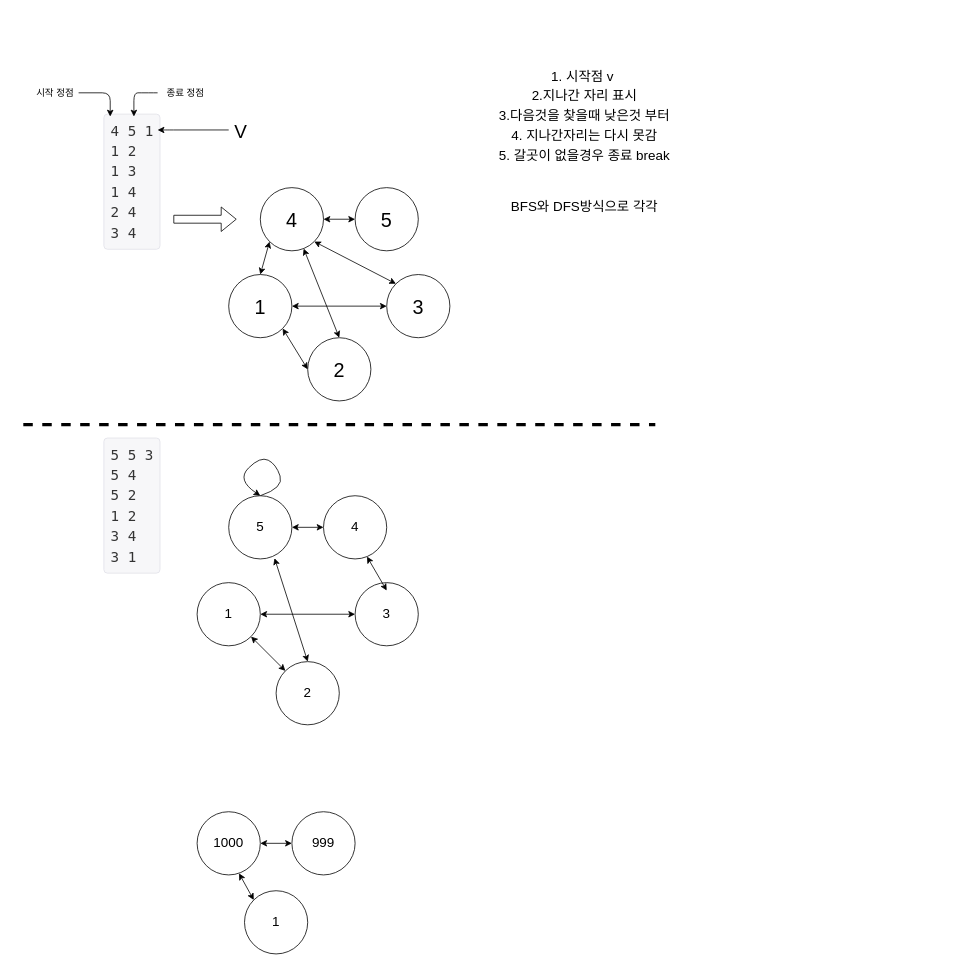
ptkeb/Java-practice keeps this draw.io diagram as Untitled Diagram.drawio. Above is the earlier version. Source tidied: cells renumbered, new cells numbered last; positions are measured from the earlier drawing's top-left corner, leaving out a move shared by most shapes. Both pictures are drawn from the tidied source at 79%, with x=0, y=0 at pixel (23, 65).
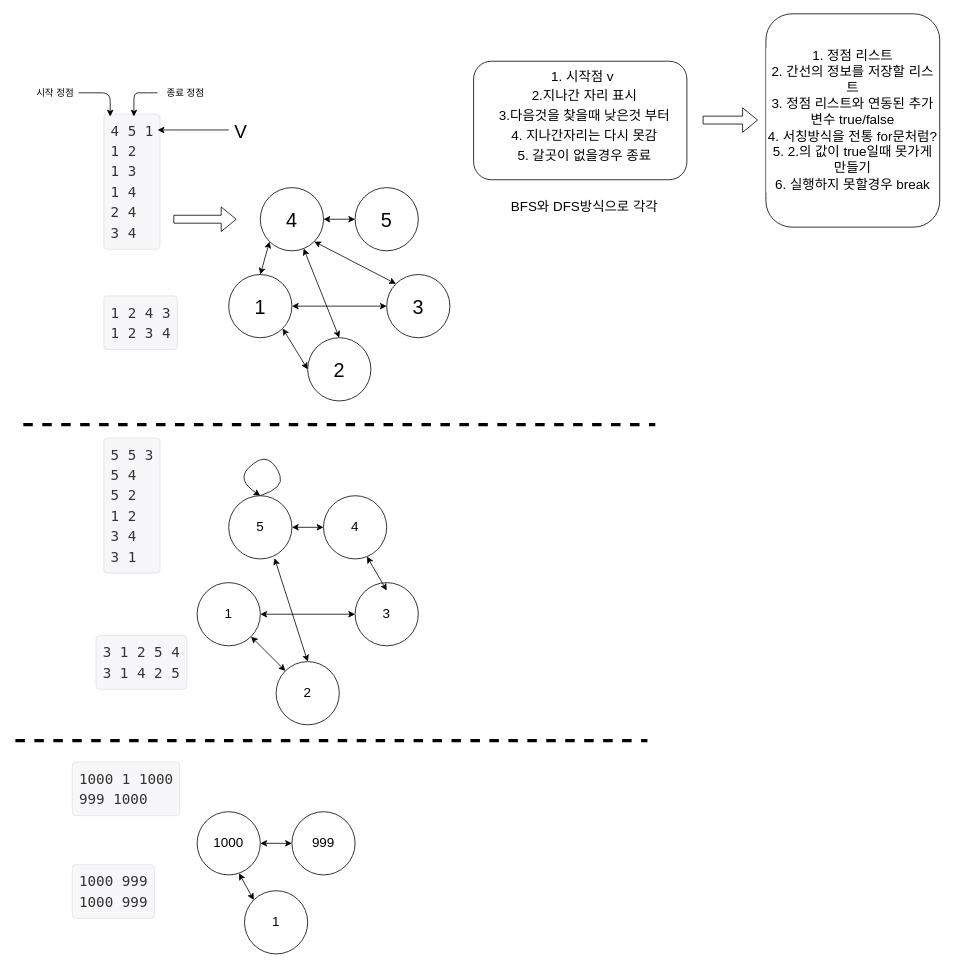
Above is the later version.

The edit, as a diff of the source:
```diff
@@
+    <mxCell id="46" style="rounded=1;whiteSpace=wrap;html=1;labelBackgroundColor=#ffffff;fontSize=17;align=center;" parent="1" vertex="1">
+      <mxGeometry x="570" y="-5" width="270" height="150" as="geometry" />
+    </mxCell>
@@
-    <mxCell id="45" value="5. 갈곳이 없을경우 종료 break" style="text;html=1;align=center;verticalAlign=middle;strokeColor=none;fontSize=17;" parent="1" vertex="1">
-      <mxGeometry x="590" y="100" width="240" height="30" as="geometry" />
+    <mxCell id="45" value="5. 갈곳이 없을경우 종료" style="text;html=1;align=center;verticalAlign=middle;strokeColor=none;fontSize=17;" parent="1" vertex="1">
+      <mxGeometry x="610" y="100" width="200" height="30" as="geometry" />
     </mxCell>
+    <mxCell id="47" style="shape=flexArrow;endArrow=classic;html=1;fontSize=17;strokeWidth=1;" parent="1" edge="1">
+      <mxGeometry relative="1" as="geometry">
+        <mxPoint x="860" y="69.5" as="sourcePoint" />
+        <mxPoint x="930" y="69.5" as="targetPoint" />
+      </mxGeometry>
+    </mxCell>
+    <mxCell id="48" value="1. 정점 리스트&lt;br&gt;2. 간선의 정보를 저장할 리스트&lt;br&gt;3. 정점 리스트와 연동된 추가 변수 true/false&lt;br&gt;4. 서칭방식을 전통 for문처럼?&lt;br&gt;5. 2.의 값이 true일때 못가게 만들기&lt;br&gt;6. 실행하지 못할경우 break&lt;br&gt;" style="rounded=1;whiteSpace=wrap;html=1;labelBackgroundColor=#ffffff;fontSize=17;align=center;" parent="1" vertex="1">
+      <mxGeometry x="940" y="-65" width="220" height="270" as="geometry" />
+    </mxCell>
+    <mxCell id="49" value="&lt;pre class=&quot;sampledata&quot; id=&quot;sample-input-3&quot; style=&quot;box-sizing: border-box; border-radius: 5px; overflow: scroll auto; font-family: menlo, monaco, &amp;quot;source code pro&amp;quot;, consolas, monospace; font-size: 18px; display: block; padding: 8px; margin: 0px 0px 10px; line-height: 1.42857; color: rgb(51, 51, 51); word-break: normal; overflow-wrap: normal; background-color: rgb(247, 247, 249); border: 1px solid rgb(225, 225, 232); font-style: normal; font-weight: 400; letter-spacing: normal; text-indent: 0px; text-transform: none; word-spacing: 0px;&quot;&gt;1000 1 1000&#10;999 1000&lt;/pre&gt;" style="text;whiteSpace=wrap;html=1;fontSize=17;" parent="1" vertex="1">
+      <mxGeometry x="60" y="875" width="150" height="110" as="geometry" />
+    </mxCell>
+    <mxCell id="50" style="endArrow=none;dashed=1;html=1;fontSize=17;fontStyle=0;strokeWidth=4;" parent="1" edge="1">
+      <mxGeometry relative="1" as="geometry">
+        <mxPoint x="-10" y="855" as="sourcePoint" />
+        <mxPoint x="790" y="855" as="targetPoint" />
+      </mxGeometry>
+    </mxCell>
+    <mxCell id="51" value="&lt;pre class=&quot;sampledata&quot; id=&quot;sample-output-1&quot; style=&quot;box-sizing: border-box; border-radius: 5px; overflow: scroll auto; font-family: menlo, monaco, &amp;quot;source code pro&amp;quot;, consolas, monospace; font-size: 18px; display: block; padding: 8px; margin: 0px 0px 10px; line-height: 1.42857; color: rgb(51, 51, 51); word-break: normal; overflow-wrap: normal; background-color: rgb(247, 247, 249); border: 1px solid rgb(225, 225, 232); font-style: normal; font-weight: 400; letter-spacing: normal; text-indent: 0px; text-transform: none; word-spacing: 0px;&quot;&gt;1 2 4 3&#10;1 2 3 4&lt;/pre&gt;" style="text;whiteSpace=wrap;html=1;fontSize=17;" parent="1" vertex="1">
+      <mxGeometry x="100" y="285" width="110" height="110" as="geometry" />
+    </mxCell>
+    <mxCell id="52" value="&lt;pre class=&quot;sampledata&quot; id=&quot;sample-output-2&quot; style=&quot;box-sizing: border-box; border-radius: 5px; overflow: scroll auto; font-family: menlo, monaco, &amp;quot;source code pro&amp;quot;, consolas, monospace; font-size: 18px; display: block; padding: 8px; margin: 0px 0px 10px; line-height: 1.42857; color: rgb(51, 51, 51); word-break: normal; overflow-wrap: normal; background-color: rgb(247, 247, 249); border: 1px solid rgb(225, 225, 232); font-style: normal; font-weight: 400; letter-spacing: normal; text-indent: 0px; text-transform: none; word-spacing: 0px;&quot;&gt;3 1 2 5 4&#10;3 1 4 2 5&lt;/pre&gt;" style="text;whiteSpace=wrap;html=1;fontSize=17;" parent="1" vertex="1">
+      <mxGeometry x="90" y="715" width="130" height="110" as="geometry" />
+    </mxCell>
+    <mxCell id="53" value="&lt;pre class=&quot;sampledata&quot; id=&quot;sample-output-3&quot; style=&quot;box-sizing: border-box; border-radius: 5px; overflow: scroll auto; font-family: menlo, monaco, &amp;quot;source code pro&amp;quot;, consolas, monospace; font-size: 18px; display: block; padding: 8px; margin: 0px 0px 10px; line-height: 1.42857; color: rgb(51, 51, 51); word-break: normal; overflow-wrap: normal; background-color: rgb(247, 247, 249); border: 1px solid rgb(225, 225, 232); font-style: normal; font-weight: 400; letter-spacing: normal; text-indent: 0px; text-transform: none; word-spacing: 0px;&quot;&gt;1000 999&#10;1000 999&lt;/pre&gt;" style="text;whiteSpace=wrap;html=1;fontSize=17;" parent="1" vertex="1">
+      <mxGeometry x="60" y="1005" width="120" height="110" as="geometry" />
+    </mxCell>
```
